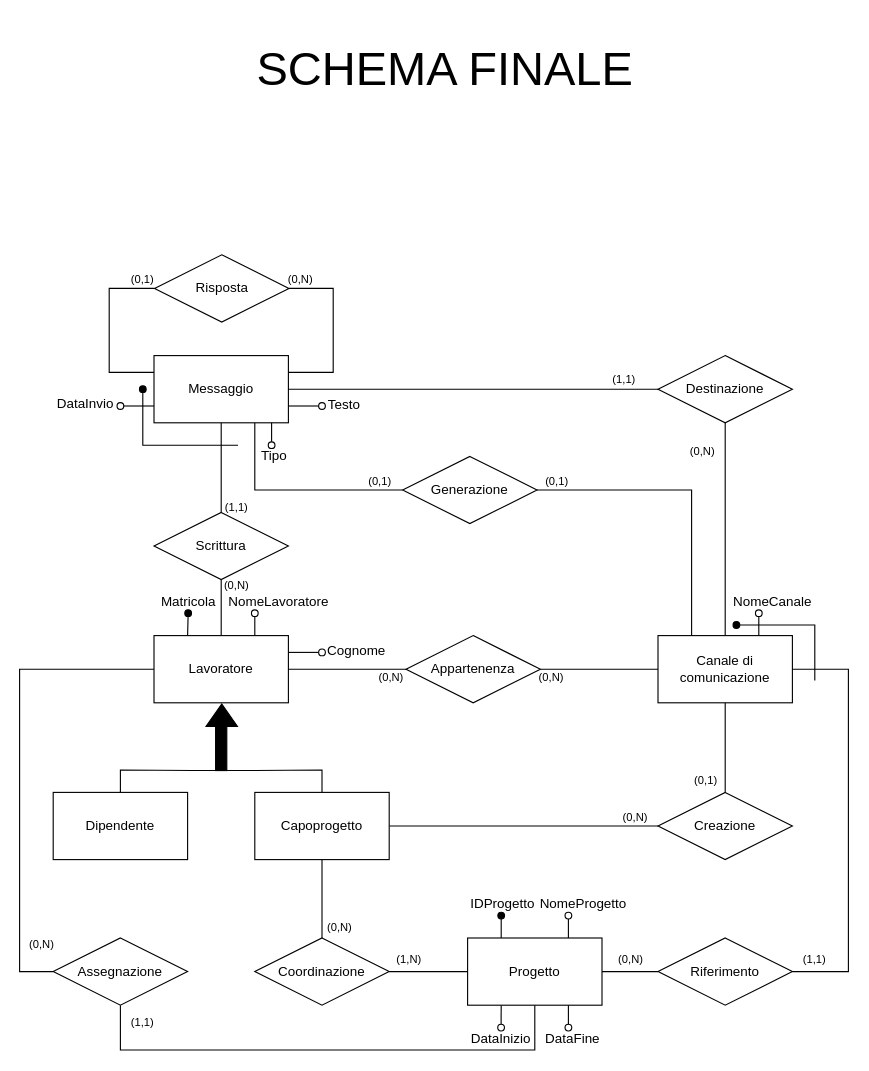
Earlier version of the draw.io diagram page "schema-finale" (4 of 4) of Relazione/Schema ER/scheletro.drawio (martafra/BD-Chat-Multicanale). Source tidied: cells renumbered, new cells numbered last; positions are measured from the earlier drawing's top-left corner, leaving out a move shared by most shapes. Both pictures are drawn from the tidied source at 112%, with x=0, y=0 at pixel (19, 19).
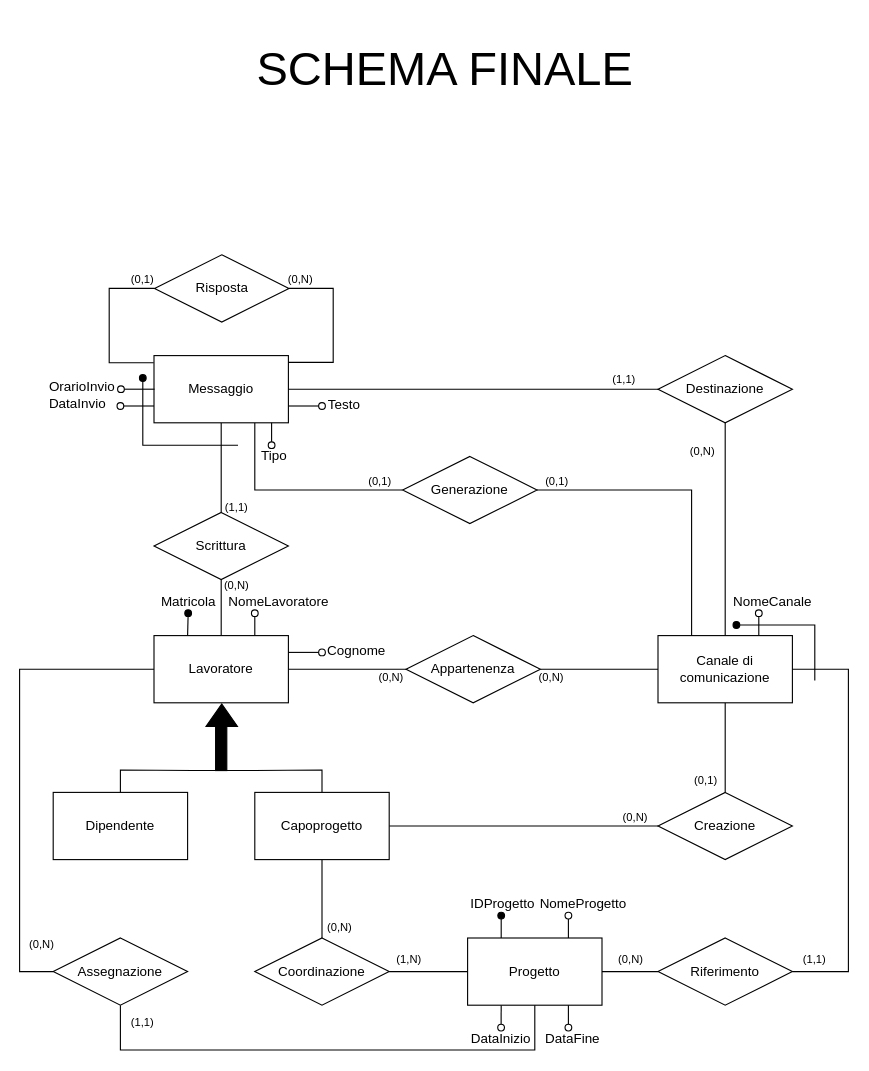
The same page after the edit.

The change refers to these unchanged cells:
```xml
<mxCell id="13" value="Messaggio" style="rounded=0;whiteSpace=wrap;html=1;" parent="1" vertex="1">
  <mxGeometry x="120" y="300" width="120" height="60" as="geometry" />
</mxCell>
<mxCell id="22" value="Risposta" style="shape=rhombus;perimeter=rhombusPerimeter;whiteSpace=wrap;html=1;align=center;" parent="1" vertex="1">
  <mxGeometry x="120.5" y="210" width="120" height="60" as="geometry" />
</mxCell>
```

The edit, as a diff of the source:
```diff
@@
-    <mxCell id="9" style="edgeStyle=orthogonalEdgeStyle;rounded=0;jettySize=auto;html=1;exitX=0;exitY=0.25;exitDx=0;exitDy=0;entryX=0;entryY=0.5;entryDx=0;entryDy=0;endArrow=none;endFill=0;" parent="1" edge="1" source="13" target="22">
+    <mxCell id="9" style="edgeStyle=orthogonalEdgeStyle;rounded=0;jettySize=auto;html=1;exitX=-0.002;exitY=0.107;exitDx=0;exitDy=0;entryX=0;entryY=0.5;entryDx=0;entryDy=0;endArrow=none;endFill=0;exitPerimeter=0;" parent="1" edge="1" source="13" target="22">
       <mxGeometry relative="1" as="geometry">
         <Array as="points">
-          <mxPoint x="80" y="315" />
+          <mxPoint x="80" y="306" />
           <mxPoint x="80" y="240" />
         </Array>
       </mxGeometry>
     </mxCell>
@@
-    <mxCell id="21" style="edgeStyle=orthogonalEdgeStyle;rounded=0;jettySize=auto;html=1;exitX=1;exitY=0.5;exitDx=0;exitDy=0;entryX=1;entryY=0.25;entryDx=0;entryDy=0;endArrow=none;endFill=0;" parent="1" edge="1" source="22" target="13">
+    <mxCell id="21" style="edgeStyle=orthogonalEdgeStyle;rounded=0;jettySize=auto;html=1;exitX=1;exitY=0.5;exitDx=0;exitDy=0;entryX=0.999;entryY=0.101;entryDx=0;entryDy=0;endArrow=none;endFill=0;entryPerimeter=0;" parent="1" edge="1" source="22" target="13">
       <mxGeometry relative="1" as="geometry">
         <Array as="points">
           <mxPoint x="280" y="240" />
-          <mxPoint x="280" y="315" />
+          <mxPoint x="280" y="306" />
         </Array>
       </mxGeometry>
     </mxCell>
@@
     <mxCell id="56" style="edgeStyle=orthogonalEdgeStyle;rounded=0;orthogonalLoop=1;jettySize=auto;html=1;endArrow=oval;endFill=1;" parent="1" edge="1">
       <mxGeometry relative="1" as="geometry">
         <mxPoint x="195" y="380" as="sourcePoint" />
-        <mxPoint x="110" y="330" as="targetPoint" />
+        <mxPoint x="110" y="320" as="targetPoint" />
         <Array as="points">
           <mxPoint x="110" y="380" />
         </Array>
       </mxGeometry>
     </mxCell>
     <mxCell id="57" value="DataInvio" style="text;html=1;strokeColor=none;fillColor=none;align=center;verticalAlign=middle;whiteSpace=wrap;rounded=0;" parent="1" vertex="1">
-      <mxGeometry x="39" y="333" width="40" height="20" as="geometry" />
+      <mxGeometry x="32" y="333" width="40" height="20" as="geometry" />
     </mxCell>
@@
+    <mxCell id="82" style="edgeStyle=orthogonalEdgeStyle;rounded=0;orthogonalLoop=1;jettySize=auto;html=1;exitX=0;exitY=0.75;exitDx=0;exitDy=0;endArrow=oval;endFill=0;" parent="1" edge="1">
+      <mxGeometry relative="1" as="geometry">
+        <mxPoint x="120.5" y="330" as="sourcePoint" />
+        <mxPoint x="90.5" y="330" as="targetPoint" />
+      </mxGeometry>
+    </mxCell>
+    <mxCell id="83" value="OrarioInvio" style="text;html=1;strokeColor=none;fillColor=none;align=center;verticalAlign=middle;whiteSpace=wrap;rounded=0;" parent="1" vertex="1">
+      <mxGeometry x="36" y="318" width="40" height="20" as="geometry" />
+    </mxCell>
```
